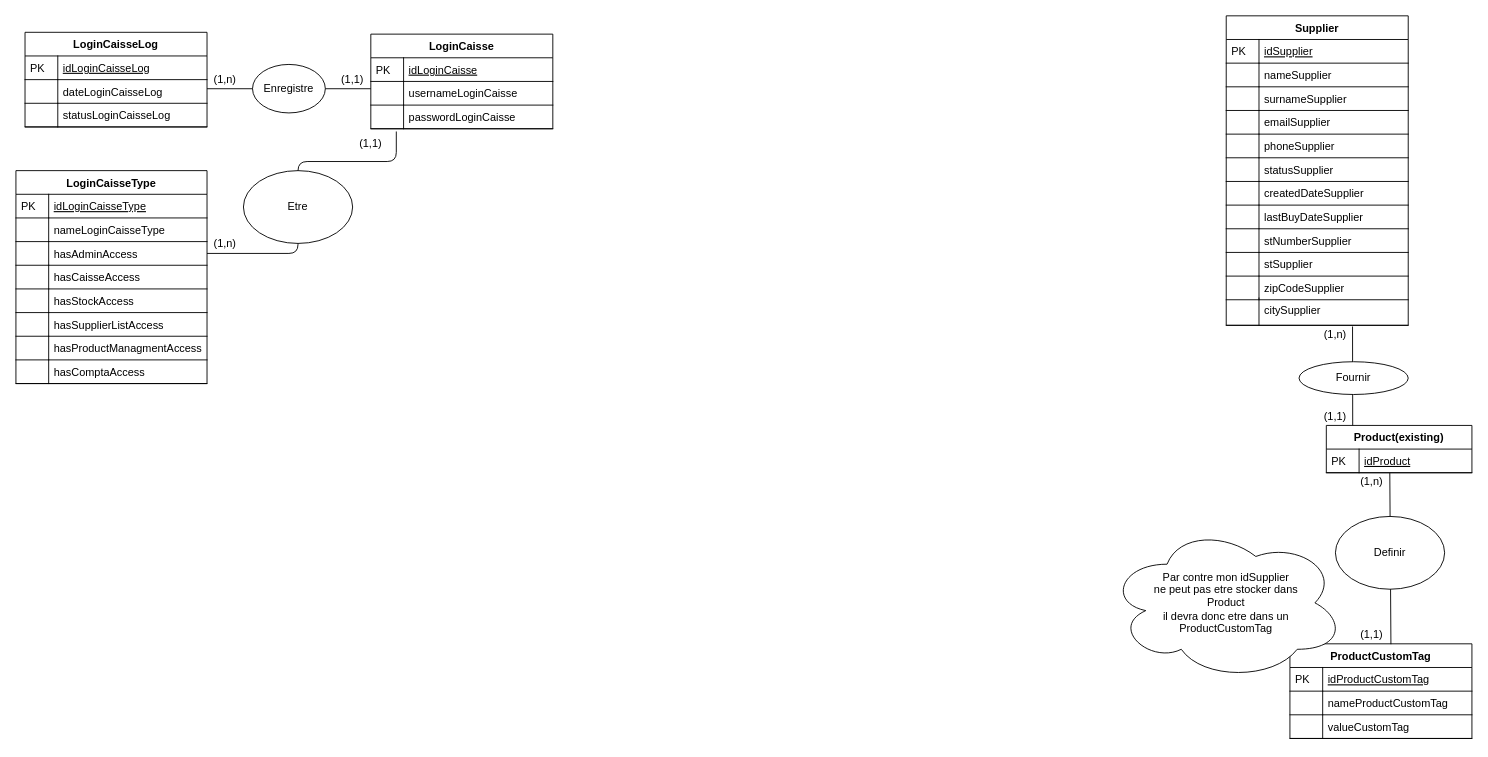
RomualdLewandoski/Groupe6 keeps this draw.io diagram as TijaraShop-WP-MCD/mld-tijarashop.drawio. Above is the earlier version. Source tidied: cells renumbered, new cells numbered last; positions are measured from the earlier drawing's top-left corner, leaving out a move shared by most shapes. Both pictures are drawn from the tidied source at 91%, with x=0, y=0 at pixel (15, 15).
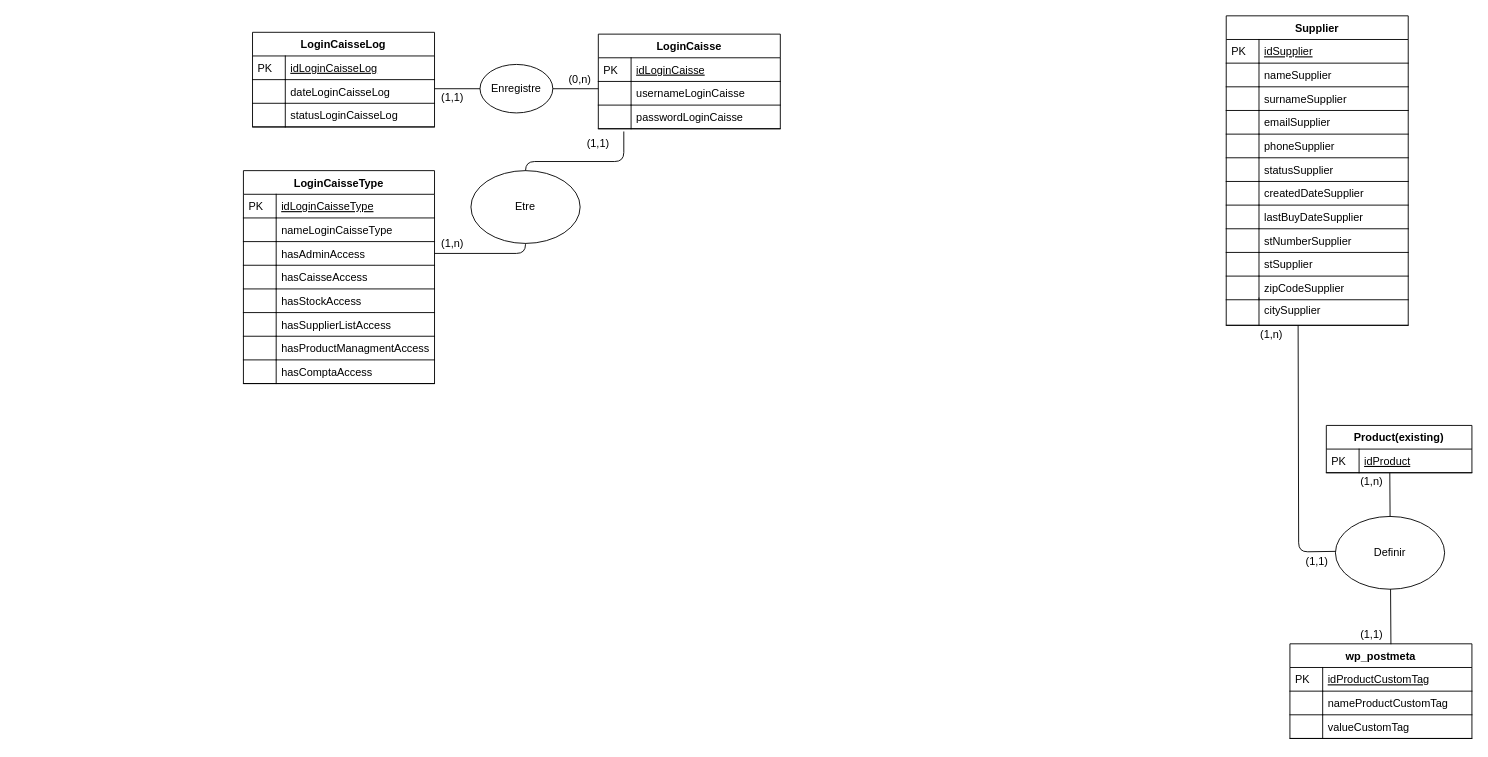
The same diagram, later.

The change refers to these unchanged cells:
```xml
<mxCell id="35" value="citySupplier" style="shape=partialRectangle;top=0;left=0;right=0;bottom=1;align=left;verticalAlign=top;fillColor=none;spacingLeft=40;spacingRight=4;overflow=hidden;points=[[0,0.5],[1,0.5]];portConstraint=eastwest;rounded=0;shadow=0;strokeWidth=1;fontStyle=0;" parent="1" vertex="1">
  <mxGeometry x="1330" y="310" width="200" height="30" as="geometry" />
</mxCell>
<mxCell id="49" value="usernameLoginCaisse" style="shape=partialRectangle;top=0;left=0;right=0;bottom=1;align=left;verticalAlign=top;fillColor=none;spacingLeft=40;spacingRight=4;overflow=hidden;points=[[0,0.5],[1,0.5]];portConstraint=eastwest;rounded=0;shadow=0;strokeWidth=1;fontStyle=0;" parent="46" vertex="1">
  <mxGeometry y="52" width="200" height="26" as="geometry" />
</mxCell>
<mxCell id="51" value="passwordLoginCaisse" style="shape=partialRectangle;top=0;left=0;right=0;bottom=1;align=left;verticalAlign=top;fillColor=none;spacingLeft=40;spacingRight=4;overflow=hidden;points=[[0,0.5],[1,0.5]];portConstraint=eastwest;rounded=0;shadow=0;strokeWidth=1;fontStyle=0;" parent="46" vertex="1">
  <mxGeometry y="78" width="200" height="26" as="geometry" />
</mxCell>
<mxCell id="58" value="hasAdminAccess" style="shape=partialRectangle;top=0;left=0;right=0;bottom=1;align=left;verticalAlign=top;fillColor=none;spacingLeft=40;spacingRight=4;overflow=hidden;points=[[0,0.5],[1,0.5]];portConstraint=eastwest;rounded=0;shadow=0;strokeWidth=1;fontStyle=0;" parent="53" vertex="1">
  <mxGeometry y="78" width="210" height="26" as="geometry" />
</mxCell>
```

What changed in the source:
```diff
@@
-    <mxCell id="5" value="ProductCustomTag" style="swimlane;fontStyle=1;horizontal=1;startSize=26;rounded=0;shadow=0;strokeWidth=1;" parent="1" vertex="1">
+    <mxCell id="5" value="wp_postmeta" style="swimlane;fontStyle=1;horizontal=1;startSize=26;rounded=0;shadow=0;strokeWidth=1;" parent="1" vertex="1">
       <mxGeometry x="1400" y="690" width="200" height="104" as="geometry" />
     </mxCell>
@@
-    <mxCell id="41" style="endArrow=none;html=1;entryX=0.694;entryY=1.043;entryDx=0;entryDy=0;entryPerimeter=0;" parent="1" edge="1" target="35">
-      <mxGeometry relative="1" as="geometry">
-        <mxPoint x="1469" y="450" as="sourcePoint" />
-      </mxGeometry>
-    </mxCell>
-    <mxCell id="42" value="Fournir" style="ellipse;whiteSpace=wrap;html=1;" parent="1" vertex="1">
-      <mxGeometry x="1410" y="380" width="120" height="36" as="geometry" />
-    </mxCell>
     <mxCell id="43" value="(1,n)" style="text;html=1;strokeColor=none;fillColor=none;align=center;verticalAlign=middle;whiteSpace=wrap;rounded=0;" parent="1" vertex="1">
-      <mxGeometry x="1430" y="340" width="40" height="20" as="geometry" />
+      <mxGeometry x="1360" y="340" width="40" height="20" as="geometry" />
     </mxCell>
     <mxCell id="44" value="(1,1)" style="text;html=1;strokeColor=none;fillColor=none;align=center;verticalAlign=middle;whiteSpace=wrap;rounded=0;" parent="1" vertex="1">
-      <mxGeometry x="1430" y="430" width="40" height="20" as="geometry" />
+      <mxGeometry x="1410" y="590" width="40" height="20" as="geometry" />
     </mxCell>
-    <mxCell id="45" value="Par contre mon idSupplier&lt;br&gt;ne peut pas etre stocker dans&lt;br&gt;Product&lt;br&gt;il devra donc etre dans un&lt;br&gt;ProductCustomTag" style="ellipse;shape=cloud;whiteSpace=wrap;html=1;" parent="1" vertex="1">
-      <mxGeometry x="1200" y="560" width="260" height="170" as="geometry" />
-    </mxCell>
     <mxCell id="46" value="LoginCaisse" style="swimlane;fontStyle=1;horizontal=1;startSize=26;rounded=0;shadow=0;strokeWidth=1;" parent="1" vertex="1">
-      <mxGeometry x="390" y="20" width="200" height="104" as="geometry" />
+      <mxGeometry x="640" y="20" width="200" height="104" as="geometry" />
     </mxCell>
@@
     <mxCell id="53" value="LoginCaisseType" style="swimlane;fontStyle=1;horizontal=1;startSize=26;rounded=0;shadow=0;strokeWidth=1;" parent="1" vertex="1">
-      <mxGeometry y="170" width="210" height="234" as="geometry" />
+      <mxGeometry x="250" y="170" width="210" height="234" as="geometry" />
     </mxCell>
@@
     <mxCell id="70" style="endArrow=none;html=1;exitX=0.14;exitY=1.115;exitDx=0;exitDy=0;exitPerimeter=0;entryX=1;entryY=0.5;entryDx=0;entryDy=0;" parent="1" edge="1" source="51" target="58">
       <mxGeometry relative="1" as="geometry">
         <Array as="points">
-          <mxPoint x="418" y="160" />
-          <mxPoint x="310" y="160" />
-          <mxPoint x="310" y="261" />
+          <mxPoint x="668" y="160" />
+          <mxPoint x="560" y="160" />
+          <mxPoint x="560" y="261" />
         </Array>
       </mxGeometry>
     </mxCell>
     <mxCell id="71" value="Etre" style="ellipse;whiteSpace=wrap;html=1;" parent="1" vertex="1">
-      <mxGeometry x="250" y="170" width="120" height="80" as="geometry" />
+      <mxGeometry x="500" y="170" width="120" height="80" as="geometry" />
     </mxCell>
     <mxCell id="72" value="(1,1)" style="text;html=1;strokeColor=none;fillColor=none;align=center;verticalAlign=middle;whiteSpace=wrap;rounded=0;" parent="1" vertex="1">
-      <mxGeometry x="370" y="130" width="40" height="20" as="geometry" />
+      <mxGeometry x="620" y="130" width="40" height="20" as="geometry" />
     </mxCell>
     <mxCell id="73" value="(1,n)" style="text;html=1;strokeColor=none;fillColor=none;align=center;verticalAlign=middle;whiteSpace=wrap;rounded=0;" parent="1" vertex="1">
-      <mxGeometry x="210" y="240" width="40" height="20" as="geometry" />
+      <mxGeometry x="460" y="240" width="40" height="20" as="geometry" />
     </mxCell>
     <mxCell id="74" value="LoginCaisseLog" style="swimlane;fontStyle=1;horizontal=1;startSize=26;rounded=0;shadow=0;strokeWidth=1;" parent="1" vertex="1">
-      <mxGeometry x="10" y="18" width="200" height="104" as="geometry" />
+      <mxGeometry x="260" y="18" width="200" height="104" as="geometry" />
     </mxCell>
@@
     <mxCell id="81" style="endArrow=none;html=1;entryX=0;entryY=0.308;entryDx=0;entryDy=0;entryPerimeter=0;" parent="1" edge="1" target="49">
       <mxGeometry relative="1" as="geometry">
-        <mxPoint x="210" y="80" as="sourcePoint" />
+        <mxPoint x="460" y="80" as="sourcePoint" />
       </mxGeometry>
     </mxCell>
     <mxCell id="82" value="Enregistre" style="ellipse;whiteSpace=wrap;html=1;" parent="1" vertex="1">
-      <mxGeometry x="260" y="53.3" width="80" height="53.3" as="geometry" />
+      <mxGeometry x="510" y="53.3" width="80" height="53.3" as="geometry" />
     </mxCell>
     <mxCell id="83" value="(1,1)" style="text;html=1;strokeColor=none;fillColor=none;align=center;verticalAlign=middle;whiteSpace=wrap;rounded=0;" parent="1" vertex="1">
-      <mxGeometry x="350" y="60" width="40" height="20" as="geometry" />
+      <mxGeometry x="460" y="80" width="40" height="20" as="geometry" />
     </mxCell>
-    <mxCell id="84" value="(1,n)" style="text;html=1;strokeColor=none;fillColor=none;align=center;verticalAlign=middle;whiteSpace=wrap;rounded=0;" parent="1" vertex="1">
-      <mxGeometry x="210" y="60" width="40" height="20" as="geometry" />
+    <mxCell id="84" value="(0,n)" style="text;html=1;strokeColor=none;fillColor=none;align=center;verticalAlign=middle;whiteSpace=wrap;rounded=0;" parent="1" vertex="1">
+      <mxGeometry x="600" y="60" width="40" height="20" as="geometry" />
     </mxCell>
+    <mxCell id="85" style="endArrow=none;html=1;exitX=0.002;exitY=0.285;exitDx=0;exitDy=0;exitPerimeter=0;entryX=0.395;entryY=1;entryDx=0;entryDy=0;entryPerimeter=0;" parent="1" edge="1" target="35">
+      <mxGeometry relative="1" as="geometry">
+        <mxPoint x="1450" y="588.4" as="sourcePoint" />
+        <Array as="points">
+          <mxPoint x="1409.6" y="589" />
+        </Array>
+      </mxGeometry>
+    </mxCell>
```
